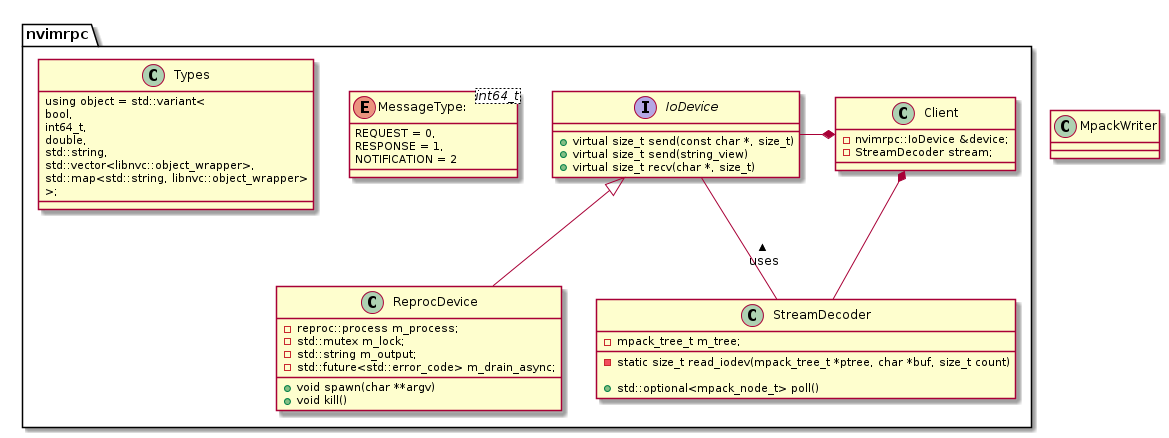
Above: docs/neoarch.png in tricktux/rnvim (PlantUML), before the change. Source of this version:
```plantuml
@startuml

set namespaceSeparator ::

interface nvimrpc::IoDevice {
	+virtual size_t send(const char *, size_t)
	+virtual size_t send(string_view)
	+virtual size_t recv(char *, size_t)
}

class nvimrpc::ReprocDevice {
	-reproc::process m_process;
	-std::mutex m_lock;
	-std::string m_output;
	-std::future<std::error_code> m_drain_async;

	+void spawn(char **argv)
	+void kill()
}

class nvimrpc::StreamDecoder {
	-mpack_tree_t m_tree;
	-static size_t read_iodev(mpack_tree_t *ptree, char *buf, size_t count)

	+std::optional<mpack_node_t> poll()
}

class nvimrpc::Client {
	-nvimrpc::IoDevice &device;
	-StreamDecoder stream;
}

enum nvimrpc::MessageType: <int64_t> {
	REQUEST = 0,
	RESPONSE = 1,
	NOTIFICATION = 2
}

class nvimrpc::Types {
	using object = std::variant<
		bool,
		int64_t,
		double,
		std::string,
		std::vector<libnvc::object_wrapper>,
		std::map<std::string, libnvc::object_wrapper>
		>;
}
class MpackWriter {
}

nvimrpc::Client *-- nvimrpc::StreamDecoder
nvimrpc::Client *-left- nvimrpc::IoDevice
nvimrpc::IoDevice <|-- nvimrpc::ReprocDevice
nvimrpc::StreamDecoder -- nvimrpc::IoDevice : uses >

@enduml
```
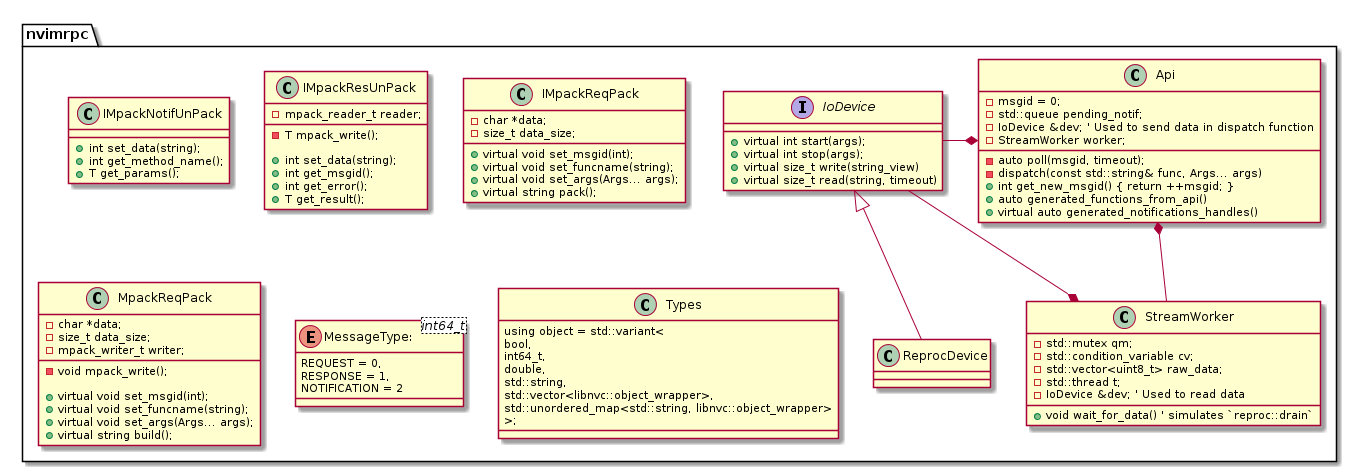
Above is the later version.

The edit, as a diff of the source:
```diff
@@ -3,32 +3,79 @@
 set namespaceSeparator ::
 
 interface nvimrpc::IoDevice {
-	+virtual size_t send(const char *, size_t)
-	+virtual size_t send(string_view)
-	+virtual size_t recv(char *, size_t)
+	+virtual int start(args);
+	+virtual int stop(args);
+	+virtual size_t write(string_view)
+	+virtual size_t read(string, timeout)
 }
 
 class nvimrpc::ReprocDevice {
-	-reproc::process m_process;
-	-std::mutex m_lock;
-	-std::string m_output;
-	-std::future<std::error_code> m_drain_async;
 
-	+void spawn(char **argv)
-	+void kill()
 }
 
-class nvimrpc::StreamDecoder {
-	-mpack_tree_t m_tree;
-	-static size_t read_iodev(mpack_tree_t *ptree, char *buf, size_t count)
 
-	+std::optional<mpack_node_t> poll()
+
+class nvimrpc::StreamWorker {
+	-std::mutex qm;
+	-std::condition_variable cv;
+	-std::vector<uint8_t> raw_data;
+	-std::thread t;
+	-IoDevice &dev; ' Used to read data
+
+	+void wait_for_data() ' simulates `reproc::drain`
 }
 
-class nvimrpc::Client {
-	-nvimrpc::IoDevice &device;
-	-StreamDecoder stream;
+class nvimrpc::Api {
+	-msgid = 0;
+	-std::queue pending_notif;
+	-IoDevice &dev; ' Used to send data in dispatch function
+	-StreamWorker worker;
+	-auto poll(msgid, timeout);
+	-dispatch(const std::string& func, Args... args)
+	+int get_new_msgid() { return ++msgid; }
+	+auto generated_functions_from_api()
+	+virtual auto generated_notifications_handles()
 }
+
+class nvimrpc::IMpackNotifUnPack {
+
+	+int set_data(string);
+	+int get_method_name();
+	+T get_params();
+}
+
+class nvimrpc::IMpackResUnPack {
+	-mpack_reader_t reader;
+	-T mpack_write();
+
+	+int set_data(string);
+	+int get_msgid();
+	+int get_error();
+	+T get_result();
+}
+
+class nvimrpc::IMpackReqPack {
+	-char *data;
+	-size_t data_size;
+
+	+virtual void set_msgid(int);
+	+virtual void set_funcname(string);
+	+virtual void set_args(Args... args);
+	+virtual string pack();
+}
+
+class nvimrpc::MpackReqPack {
+	-char *data;
+	-size_t data_size;
+	-mpack_writer_t writer;
+	-void mpack_write();
+
+	+virtual void set_msgid(int);
+	+virtual void set_funcname(string);
+	+virtual void set_args(Args... args);
+	+virtual string build();
+}
+
 
 enum nvimrpc::MessageType: <int64_t> {
 	REQUEST = 0,
@@ -43,15 +90,13 @@
 		double,
 		std::string,
 		std::vector<libnvc::object_wrapper>,
-		std::map<std::string, libnvc::object_wrapper>
+		std::unordered_map<std::string, libnvc::object_wrapper>
 		>;
 }
-class MpackWriter {
-}
 
-nvimrpc::Client *-- nvimrpc::StreamDecoder
-nvimrpc::Client *-left- nvimrpc::IoDevice
+nvimrpc::Api *-- nvimrpc::StreamWorker
+nvimrpc::Api *-left- nvimrpc::IoDevice
 nvimrpc::IoDevice <|-- nvimrpc::ReprocDevice
-nvimrpc::StreamDecoder -- nvimrpc::IoDevice : uses >
+nvimrpc::StreamWorker *-- nvimrpc::IoDevice
 
 @enduml
```
